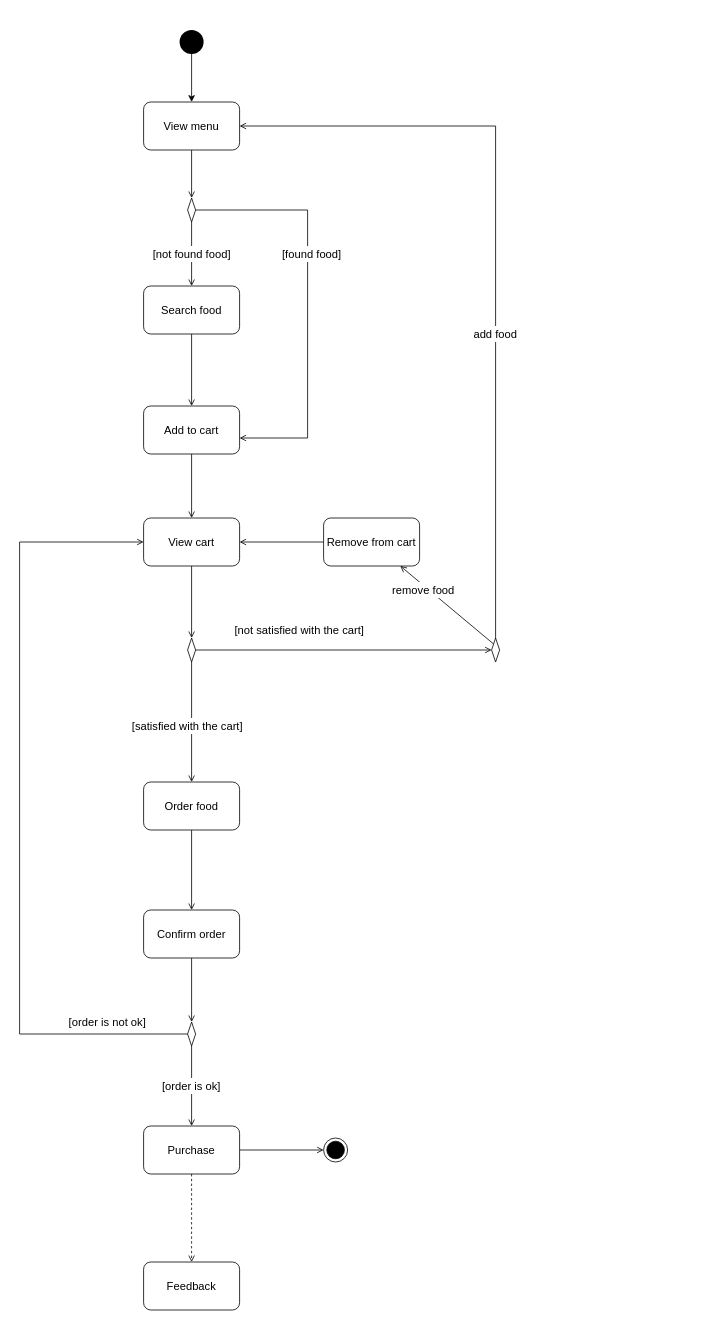
Above: requirements/activity/activity.drawio in thanhtoan1742/OWCA_POS (draw.io), before the change. Source tidied: cells renumbered, new cells numbered last; positions are measured from the earlier drawing's top-left corner, leaving out a move shared by most shapes. Both pictures are drawn from the tidied source at 80%, with x=0, y=0 at pixel (19, 30).
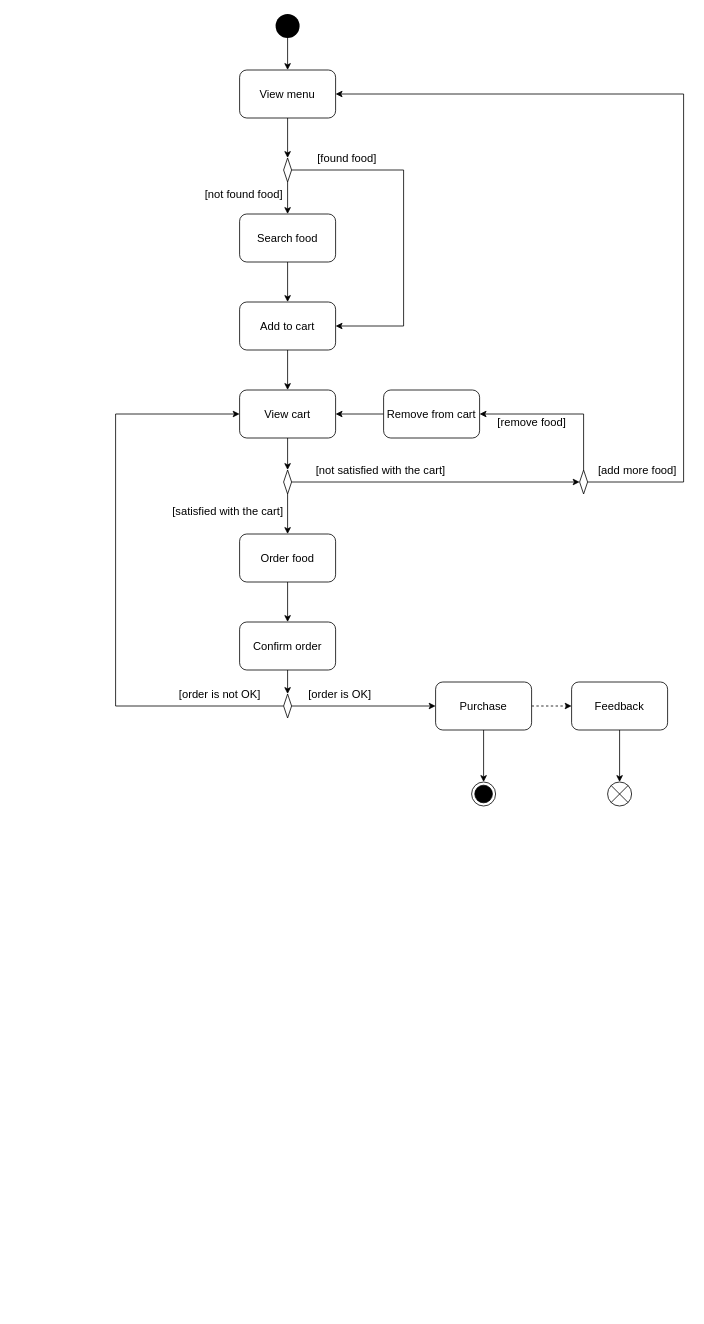
Above is the later version.

What changed in the source:
```diff
@@
     <mxCell id="3" style="ellipse;fillColor=#000000;strokeColor=none;fontSize=14;" parent="1" vertex="1">
-      <mxGeometry x="200" width="30" height="30" as="geometry" />
+      <mxGeometry x="320" y="-20" width="30" height="30" as="geometry" />
     </mxCell>
-    <mxCell id="4" style="edgeStyle=orthogonalEdgeStyle;rounded=0;jettySize=auto;html=1;entryX=0.5;entryY=0;entryDx=0;entryDy=0;endArrow=open;endFill=0;fontSize=14;" parent="1" edge="1" source="6" target="10">
+    <mxCell id="4" style="edgeStyle=orthogonalEdgeStyle;rounded=0;jettySize=auto;html=1;endArrow=classic;endFill=1;fontSize=14;" parent="1" edge="1" source="6" target="10">
       <mxGeometry relative="1" as="geometry" />
     </mxCell>
-    <mxCell id="5" style="edgeStyle=orthogonalEdgeStyle;rounded=0;jettySize=auto;html=1;endArrow=open;endFill=0;exitX=1;exitY=0.5;exitDx=0;exitDy=0;fontSize=14;" parent="1" edge="1" source="10" target="14">
-      <mxGeometry relative="1" as="geometry">
+    <mxCell id="5" value="[found food]" style="edgeStyle=elbowEdgeStyle;rounded=0;jettySize=auto;html=1;endArrow=classic;endFill=1;fontSize=14;" parent="1" edge="1" source="10" target="14">
+      <mxGeometry x="-0.67" y="15" relative="1" as="geometry">
         <Array as="points">
-          <mxPoint x="360" y="225" />
-          <mxPoint x="360" y="510" />
+          <mxPoint x="480" y="330" />
         </Array>
       </mxGeometry>
     </mxCell>
     <mxCell id="6" value="View menu" style="rounded=1;whiteSpace=wrap;html=1;fontSize=14;" parent="1" vertex="1">
-      <mxGeometry x="155" y="90" width="120" height="60" as="geometry" />
+      <mxGeometry x="275" y="50" width="120" height="60" as="geometry" />
     </mxCell>
-    <mxCell id="7" style="edgeStyle=orthogonalEdgeStyle;rounded=0;jettySize=auto;html=1;fontSize=14;endArrow=open;endFill=0;" parent="1" edge="1" source="8" target="14">
+    <mxCell id="7" style="edgeStyle=orthogonalEdgeStyle;rounded=0;jettySize=auto;html=1;fontSize=14;endArrow=classic;endFill=1;" parent="1" edge="1" source="8" target="14">
       <mxGeometry relative="1" as="geometry" />
     </mxCell>
     <mxCell id="8" value="Search food" style="rounded=1;whiteSpace=wrap;html=1;fontSize=14;" parent="1" vertex="1">
-      <mxGeometry x="155" y="320" width="120" height="60" as="geometry" />
+      <mxGeometry x="275" y="230" width="120" height="60" as="geometry" />
     </mxCell>
-    <mxCell id="9" style="edgeStyle=orthogonalEdgeStyle;rounded=0;jettySize=auto;html=1;entryX=0.5;entryY=0;entryDx=0;entryDy=0;endArrow=open;endFill=0;fontSize=14;" parent="1" edge="1" source="10" target="8">
-      <mxGeometry relative="1" as="geometry" />
+    <mxCell id="9" value="[not found food]" style="edgeStyle=orthogonalEdgeStyle;rounded=0;jettySize=auto;html=1;endArrow=classic;endFill=1;fontSize=14;" parent="1" edge="1" source="10" target="8">
+      <mxGeometry x="-0.2" y="-55" relative="1" as="geometry">
+        <Array as="points">
+          <mxPoint x="335" y="240" />
+          <mxPoint x="335" y="240" />
+        </Array>
+      </mxGeometry>
     </mxCell>
     <mxCell id="10" style="rhombus;whiteSpace=wrap;html=1;fontSize=14;" parent="1" vertex="1">
-      <mxGeometry x="210" y="210" width="10" height="30" as="geometry" />
+      <mxGeometry x="330" y="160" width="10" height="30" as="geometry" />
     </mxCell>
-    <mxCell id="11" value="[found food]" style="text;html=1;strokeColor=none;align=center;verticalAlign=middle;whiteSpace=wrap;rounded=0;fillColor=#ffffff;fontSize=14;" parent="1" vertex="1">
-      <mxGeometry x="310" y="270" width="111" height="20" as="geometry" />
-    </mxCell>
-    <mxCell id="12" value="[not found food]" style="text;html=1;strokeColor=none;align=center;verticalAlign=middle;whiteSpace=wrap;rounded=0;fillColor=#ffffff;fontSize=14;" parent="1" vertex="1">
-      <mxGeometry x="159.5" y="270" width="111" height="20" as="geometry" />
-    </mxCell>
-    <mxCell id="13" style="edgeStyle=none;rounded=0;jettySize=auto;html=1;entryX=0.5;entryY=0;entryDx=0;entryDy=0;fontSize=14;endArrow=open;endFill=0;" parent="1" edge="1" source="14" target="34">
+    <mxCell id="13" style="edgeStyle=none;rounded=0;jettySize=auto;html=1;entryX=0.5;entryY=0;entryDx=0;entryDy=0;fontSize=14;endArrow=classic;endFill=1;" parent="1" edge="1" source="14" target="34">
       <mxGeometry relative="1" as="geometry" />
     </mxCell>
     <mxCell id="14" value="Add to cart" style="rounded=1;whiteSpace=wrap;html=1;fontSize=14;" parent="1" vertex="1">
-      <mxGeometry x="155" y="470" width="120" height="60" as="geometry" />
+      <mxGeometry x="275" y="340" width="120" height="60" as="geometry" />
     </mxCell>
-    <mxCell id="15" style="edgeStyle=orthogonalEdgeStyle;rounded=0;jettySize=auto;html=1;fontSize=14;endArrow=open;endFill=0;entryX=0;entryY=0.5;entryDx=0;entryDy=0;" parent="1" edge="1" source="17" target="27">
-      <mxGeometry relative="1" as="geometry" />
+    <mxCell id="15" value="[not satisfied with the cart]" style="edgeStyle=orthogonalEdgeStyle;rounded=0;jettySize=auto;html=1;fontSize=14;endArrow=classic;endFill=1;" parent="1" edge="1" source="17" target="27">
+      <mxGeometry x="-0.39" y="15" relative="1" as="geometry">
+        <mxPoint x="1" as="offset" />
+      </mxGeometry>
     </mxCell>
-    <mxCell id="16" style="edgeStyle=none;rounded=0;jettySize=auto;html=1;entryX=0.5;entryY=0;entryDx=0;entryDy=0;fontSize=14;endArrow=open;endFill=0;" parent="1" edge="1" source="17" target="20">
-      <mxGeometry relative="1" as="geometry" />
+    <mxCell id="16" value="[satisfied with the cart]" style="edgeStyle=none;rounded=0;jettySize=auto;html=1;fontSize=14;endArrow=classic;endFill=1;" parent="1" edge="1" source="17" target="20">
+      <mxGeometry x="-0.14" y="-75" relative="1" as="geometry" />
     </mxCell>
     <mxCell id="17" style="rhombus;whiteSpace=wrap;html=1;fontSize=14;" parent="1" vertex="1">
-      <mxGeometry x="210" y="760" width="10" height="30" as="geometry" />
+      <mxGeometry x="330" y="550" width="10" height="30" as="geometry" />
     </mxCell>
-    <mxCell id="18" value="[not satisfied with the cart]" style="text;html=1;strokeColor=none;align=center;verticalAlign=middle;whiteSpace=wrap;rounded=0;fillColor=#ffffff;fontSize=14;" parent="1" vertex="1">
-      <mxGeometry x="260" y="740" width="180" height="20" as="geometry" />
-    </mxCell>
-    <mxCell id="19" style="edgeStyle=orthogonalEdgeStyle;rounded=0;jettySize=auto;html=1;entryX=0.5;entryY=0;entryDx=0;entryDy=0;fontSize=14;endArrow=open;endFill=0;" parent="1" edge="1" source="20" target="22">
+    <mxCell id="19" style="edgeStyle=orthogonalEdgeStyle;rounded=0;jettySize=auto;html=1;fontSize=14;endArrow=classic;endFill=1;" parent="1" edge="1" source="20" target="22">
       <mxGeometry relative="1" as="geometry" />
     </mxCell>
     <mxCell id="20" value="Order food" style="rounded=1;whiteSpace=wrap;html=1;fontSize=14;" parent="1" vertex="1">
-      <mxGeometry x="155" y="940" width="120" height="60" as="geometry" />
+      <mxGeometry x="275" y="630" width="120" height="60" as="geometry" />
     </mxCell>
-    <mxCell id="21" style="edgeStyle=none;rounded=0;jettySize=auto;html=1;entryX=0.5;entryY=0;entryDx=0;entryDy=0;fontSize=14;endArrow=open;endFill=0;" parent="1" edge="1" source="22" target="25">
+    <mxCell id="21" style="edgeStyle=none;rounded=0;jettySize=auto;html=1;fontSize=14;endArrow=classic;endFill=1;" parent="1" edge="1" source="22" target="25">
       <mxGeometry relative="1" as="geometry" />
     </mxCell>
     <mxCell id="22" value="Confirm order" style="rounded=1;whiteSpace=wrap;html=1;fontSize=14;" parent="1" vertex="1">
-      <mxGeometry x="155" y="1100" width="120" height="60" as="geometry" />
+      <mxGeometry x="275" y="740" width="120" height="60" as="geometry" />
     </mxCell>
-    <mxCell id="23" style="edgeStyle=orthogonalEdgeStyle;rounded=0;jettySize=auto;html=1;fontSize=14;endArrow=open;endFill=0;" parent="1" edge="1" source="25" target="34">
-      <mxGeometry relative="1" as="geometry">
+    <mxCell id="23" value="[order is not OK]" style="edgeStyle=orthogonalEdgeStyle;rounded=0;jettySize=auto;html=1;fontSize=14;endArrow=classic;endFill=1;" parent="1" edge="1" source="25" target="34">
+      <mxGeometry x="-0.78" y="-15" relative="1" as="geometry">
         <Array as="points">
-          <mxPoint y="1255" />
-          <mxPoint y="640" />
+          <mxPoint x="120" y="845" />
+          <mxPoint x="120" y="480" />
         </Array>
       </mxGeometry>
     </mxCell>
-    <mxCell id="24" style="edgeStyle=orthogonalEdgeStyle;rounded=0;jettySize=auto;html=1;entryX=0.5;entryY=0;entryDx=0;entryDy=0;fontSize=14;endArrow=open;endFill=0;" parent="1" edge="1" source="25" target="39">
-      <mxGeometry relative="1" as="geometry" />
+    <mxCell id="24" value="[order is OK]" style="edgeStyle=orthogonalEdgeStyle;rounded=0;jettySize=auto;html=1;fontSize=14;endArrow=classic;endFill=1;" parent="1" edge="1" source="25" target="39">
+      <mxGeometry x="-0.33" y="15" relative="1" as="geometry" />
     </mxCell>
     <mxCell id="25" style="rhombus;whiteSpace=wrap;html=1;fontSize=14;" parent="1" vertex="1">
-      <mxGeometry x="210" y="1240" width="10" height="30" as="geometry" />
+      <mxGeometry x="330" y="830" width="10" height="30" as="geometry" />
     </mxCell>
-    <mxCell id="26" style="edgeStyle=orthogonalEdgeStyle;rounded=0;jettySize=auto;html=1;entryX=1;entryY=0.5;entryDx=0;entryDy=0;fontSize=14;endArrow=open;endFill=0;" parent="1" edge="1" source="27" target="6">
-      <mxGeometry relative="1" as="geometry">
+    <mxCell id="26" value="[add more food]" style="edgeStyle=elbowEdgeStyle;rounded=0;jettySize=auto;html=1;fontSize=14;endArrow=classic;endFill=1;" parent="1" edge="1" source="27" target="6">
+      <mxGeometry x="-0.88" y="15" relative="1" as="geometry">
         <Array as="points">
-          <mxPoint x="595" y="120" />
+          <mxPoint x="830" y="320" />
         </Array>
       </mxGeometry>
     </mxCell>
     <mxCell id="27" style="rhombus;whiteSpace=wrap;html=1;fontSize=14;" parent="1" vertex="1">
-      <mxGeometry x="590" y="760" width="10" height="30" as="geometry" />
+      <mxGeometry x="700" y="550" width="10" height="30" as="geometry" />
     </mxCell>
-    <mxCell id="28" style="edgeStyle=none;rounded=0;jettySize=auto;html=1;entryX=1;entryY=0.5;entryDx=0;entryDy=0;fontSize=14;endArrow=open;endFill=0;" parent="1" edge="1" source="30" target="34">
+    <mxCell id="28" style="edgeStyle=none;rounded=0;jettySize=auto;html=1;fontSize=14;endArrow=classic;endFill=1;" parent="1" edge="1" source="30" target="34">
       <mxGeometry relative="1" as="geometry" />
     </mxCell>
-    <mxCell id="29" style="edgeStyle=none;rounded=0;jettySize=auto;html=1;fontSize=14;endArrow=open;endFill=0;exitX=0;exitY=0;exitDx=0;exitDy=0;" parent="1" edge="1" source="27" target="30">
-      <mxGeometry relative="1" as="geometry" />
+    <mxCell id="29" value="[remove food]" style="edgeStyle=elbowEdgeStyle;rounded=0;jettySize=auto;html=1;fontSize=14;endArrow=classic;endFill=1;" parent="1" edge="1" source="27" target="30">
+      <mxGeometry x="0.35" y="10" relative="1" as="geometry">
+        <Array as="points">
+          <mxPoint x="705" y="520" />
+        </Array>
+      </mxGeometry>
     </mxCell>
     <mxCell id="30" value="Remove from cart" style="rounded=1;whiteSpace=wrap;html=1;fontSize=14;" parent="1" vertex="1">
-      <mxGeometry x="380" y="610" width="120" height="60" as="geometry" />
+      <mxGeometry x="455" y="450" width="120" height="60" as="geometry" />
     </mxCell>
-    <mxCell id="31" value="remove food" style="text;html=1;strokeColor=none;align=center;verticalAlign=middle;whiteSpace=wrap;rounded=0;fillColor=#ffffff;fontSize=14;" parent="1" vertex="1">
-      <mxGeometry x="460" y="690" width="90" height="20" as="geometry" />
-    </mxCell>
-    <mxCell id="32" value="add food" style="text;html=1;strokeColor=none;align=center;verticalAlign=middle;whiteSpace=wrap;rounded=0;fillColor=#ffffff;fontSize=14;" parent="1" vertex="1">
-      <mxGeometry x="505" y="370" width="180" height="20" as="geometry" />
-    </mxCell>
-    <mxCell id="33" style="edgeStyle=none;rounded=0;jettySize=auto;html=1;fontSize=14;endArrow=open;endFill=0;" parent="1" edge="1" source="34" target="17">
+    <mxCell id="33" style="edgeStyle=none;rounded=0;jettySize=auto;html=1;fontSize=14;endArrow=classic;endFill=1;" parent="1" edge="1" source="34" target="17">
       <mxGeometry relative="1" as="geometry" />
     </mxCell>
     <mxCell id="34" value="View cart" style="rounded=1;whiteSpace=wrap;html=1;fontSize=14;" parent="1" vertex="1">
-      <mxGeometry x="155" y="610" width="120" height="60" as="geometry" />
+      <mxGeometry x="275" y="450" width="120" height="60" as="geometry" />
     </mxCell>
-    <mxCell id="35" value="[satisfied with the cart]" style="text;html=1;strokeColor=none;align=center;verticalAlign=middle;whiteSpace=wrap;rounded=0;fillColor=#ffffff;fontSize=14;" parent="1" vertex="1">
-      <mxGeometry x="120" y="860" width="180" height="20" as="geometry" />
-    </mxCell>
-    <mxCell id="36" value="[order is not ok]" style="text;html=1;strokeColor=none;align=center;verticalAlign=middle;whiteSpace=wrap;rounded=0;fillColor=#ffffff;fontSize=14;" parent="1" vertex="1">
-      <mxGeometry x="20" y="1230" width="180" height="20" as="geometry" />
-    </mxCell>
-    <mxCell id="37" style="edgeStyle=orthogonalEdgeStyle;rounded=0;jettySize=auto;html=1;fontSize=14;endArrow=open;endFill=0;dashed=1;" parent="1" edge="1" source="39" target="41">
+    <mxCell id="37" style="edgeStyle=orthogonalEdgeStyle;rounded=0;jettySize=auto;html=1;fontSize=14;endArrow=classic;endFill=1;dashed=1;" parent="1" edge="1" source="39" target="41">
       <mxGeometry relative="1" as="geometry" />
     </mxCell>
-    <mxCell id="38" style="edgeStyle=orthogonalEdgeStyle;rounded=0;jettySize=auto;html=1;entryX=0;entryY=0.5;entryDx=0;entryDy=0;fontSize=14;endArrow=open;endFill=0;" parent="1" edge="1" source="39" target="42">
+    <mxCell id="38" style="edgeStyle=orthogonalEdgeStyle;rounded=0;jettySize=auto;html=1;fontSize=14;endArrow=classic;endFill=1;" parent="1" edge="1" source="39" target="42">
       <mxGeometry relative="1" as="geometry" />
     </mxCell>
     <mxCell id="39" value="Purchase" style="rounded=1;whiteSpace=wrap;html=1;fontSize=14;" parent="1" vertex="1">
-      <mxGeometry x="155" y="1370" width="120" height="60" as="geometry" />
+      <mxGeometry x="520" y="815" width="120" height="60" as="geometry" />
     </mxCell>
-    <mxCell id="40" value="[order is ok]" style="text;html=1;strokeColor=none;align=center;verticalAlign=middle;whiteSpace=wrap;rounded=0;fillColor=#ffffff;fontSize=14;" parent="1" vertex="1">
-      <mxGeometry x="125" y="1310" width="180" height="20" as="geometry" />
-    </mxCell>
+    <mxCell id="43" style="edgeStyle=elbowEdgeStyle;rounded=0;jettySize=auto;html=1;endArrow=classic;endFill=1;" parent="1" edge="1" source="41" target="44">
+      <mxGeometry relative="1" as="geometry" />
+    </mxCell>
     <mxCell id="41" value="Feedback" style="rounded=1;whiteSpace=wrap;html=1;fontSize=14;" parent="1" vertex="1">
-      <mxGeometry x="155" y="1540" width="120" height="60" as="geometry" />
+      <mxGeometry x="690" y="815" width="120" height="60" as="geometry" />
     </mxCell>
     <mxCell id="42" style="ellipse;html=1;shape=endState;fillColor=#000000;strokeColor=#000000;fontSize=14;" parent="1" vertex="1">
-      <mxGeometry x="380" y="1385" width="30" height="30" as="geometry" />
+      <mxGeometry x="565" y="940" width="30" height="30" as="geometry" />
     </mxCell>
+    <mxCell id="44" style="shape=sumEllipse;perimeter=ellipsePerimeter;whiteSpace=wrap;html=1;backgroundOutline=1;" parent="1" vertex="1">
+      <mxGeometry x="735" y="940" width="30" height="30" as="geometry" />
+    </mxCell>
```
